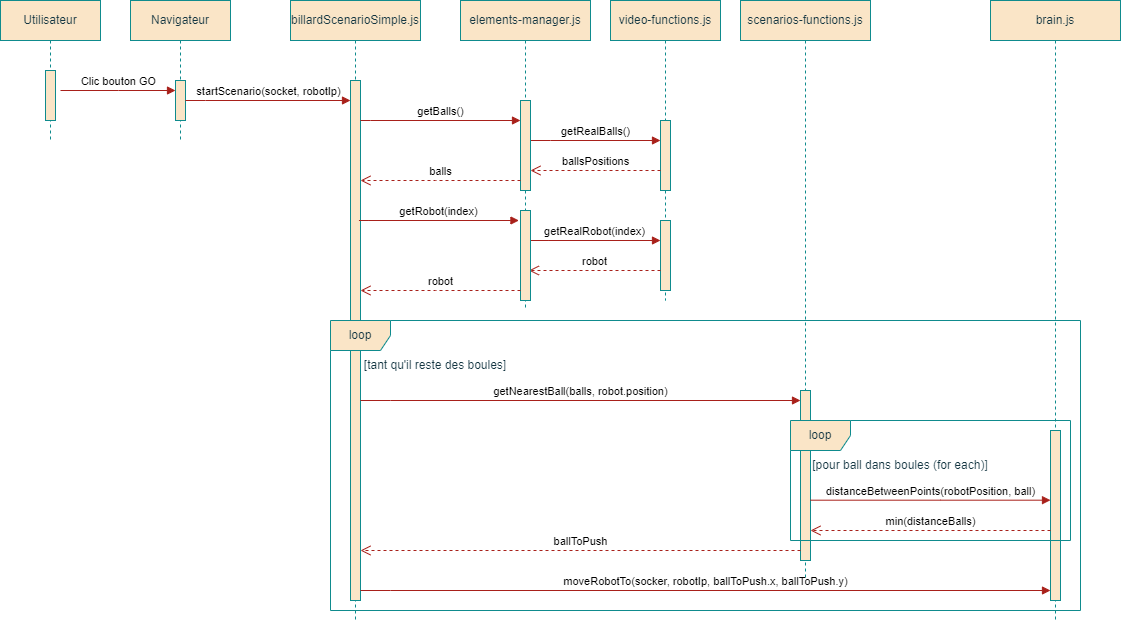
Earlier version of the draw.io export Documents/Iteration4/Sequence/Scenario_Billard_Simple.png (Akip2/RobotBillard). Source tidied: cells renumbered, new cells last; positions are measured from the earlier drawing's top-left corner, leaving out a move shared by most shapes. Its diagram source:
```xml
<mxGraphModel>
  <root>
    <mxCell id="0" />
    <mxCell id="1" parent="0" />
    <mxCell id="2" value="brain.js" style="shape=umlLifeline;perimeter=lifelinePerimeter;whiteSpace=wrap;html=1;newEdgeStyle={&quot;edgeStyle&quot;:&quot;elbowEdgeStyle&quot;,&quot;elbow&quot;:&quot;vertical&quot;,&quot;curved&quot;:0,&quot;rounded&quot;:0};labelBackgroundColor=none;fillColor=#FAE5C7;strokeColor=#0F8B8D;fontColor=#143642;" parent="1" vertex="1">
      <mxGeometry x="990" width="130" height="620" as="geometry" />
    </mxCell>
    <mxCell id="3" value="scenarios-functions.js" style="shape=umlLifeline;perimeter=lifelinePerimeter;whiteSpace=wrap;html=1;newEdgeStyle={&quot;edgeStyle&quot;:&quot;elbowEdgeStyle&quot;,&quot;elbow&quot;:&quot;vertical&quot;,&quot;curved&quot;:0,&quot;rounded&quot;:0};labelBackgroundColor=none;fillColor=#FAE5C7;strokeColor=#0F8B8D;fontColor=#143642;" parent="1" vertex="1">
      <mxGeometry x="740" width="130" height="580" as="geometry" />
    </mxCell>
    <mxCell id="4" value="video-functions.js" style="shape=umlLifeline;perimeter=lifelinePerimeter;whiteSpace=wrap;html=1;newEdgeStyle={&quot;edgeStyle&quot;:&quot;elbowEdgeStyle&quot;,&quot;elbow&quot;:&quot;vertical&quot;,&quot;curved&quot;:0,&quot;rounded&quot;:0};labelBackgroundColor=none;fillColor=#FAE5C7;strokeColor=#0F8B8D;fontColor=#143642;" parent="1" vertex="1">
      <mxGeometry x="610" width="110" height="300" as="geometry" />
    </mxCell>
    <mxCell id="5" style="html=1;points=[];perimeter=orthogonalPerimeter;outlineConnect=0;targetShapes=umlLifeline;portConstraint=eastwest;newEdgeStyle={&quot;edgeStyle&quot;:&quot;elbowEdgeStyle&quot;,&quot;elbow&quot;:&quot;vertical&quot;,&quot;curved&quot;:0,&quot;rounded&quot;:0};labelBackgroundColor=none;fillColor=#FAE5C7;strokeColor=#0F8B8D;fontColor=#143642;" parent="4" vertex="1">
      <mxGeometry x="50" y="120" width="10" height="70" as="geometry" />
    </mxCell>
    <mxCell id="6" value="getRealBalls()" style="html=1;verticalAlign=bottom;endArrow=block;edgeStyle=elbowEdgeStyle;elbow=horizontal;curved=0;rounded=0;labelBackgroundColor=none;strokeColor=#A8201A;fontColor=default;" parent="4" edge="1">
      <mxGeometry relative="1" as="geometry">
        <mxPoint x="-80" y="140" as="sourcePoint" />
        <mxPoint x="50" y="140" as="targetPoint" />
        <Array as="points">
          <mxPoint x="-60" y="140" />
        </Array>
      </mxGeometry>
    </mxCell>
    <mxCell id="7" value="ballsPositions" style="html=1;verticalAlign=bottom;endArrow=open;dashed=1;endSize=8;edgeStyle=elbowEdgeStyle;elbow=vertical;curved=0;rounded=0;labelBackgroundColor=none;strokeColor=#A8201A;fontColor=default;" parent="4" edge="1" source="5">
      <mxGeometry relative="1" as="geometry">
        <mxPoint x="-80" y="170" as="targetPoint" />
        <Array as="points">
          <mxPoint x="-5" y="170" />
        </Array>
      </mxGeometry>
    </mxCell>
    <mxCell id="8" value="Utilisateur" style="shape=umlLifeline;perimeter=lifelinePerimeter;whiteSpace=wrap;html=1;newEdgeStyle={&quot;edgeStyle&quot;:&quot;elbowEdgeStyle&quot;,&quot;elbow&quot;:&quot;vertical&quot;,&quot;curved&quot;:0,&quot;rounded&quot;:0};labelBackgroundColor=none;fillColor=#FAE5C7;strokeColor=#0F8B8D;fontColor=#143642;" parent="1" vertex="1">
      <mxGeometry width="100" height="140" as="geometry" />
    </mxCell>
    <mxCell id="9" style="html=1;perimeter=orthogonalPerimeter;targetShapes=umlLifeline;newEdgeStyle={&quot;edgeStyle&quot;:&quot;elbowEdgeStyle&quot;,&quot;elbow&quot;:&quot;vertical&quot;,&quot;curved&quot;:0,&quot;rounded&quot;:0};labelBackgroundColor=none;fillColor=#FAE5C7;strokeColor=#0F8B8D;fontColor=#143642;" parent="8" vertex="1">
      <mxGeometry x="45" y="70" width="10" height="50" as="geometry" />
    </mxCell>
    <mxCell id="10" value="Navigateur" style="shape=umlLifeline;perimeter=lifelinePerimeter;whiteSpace=wrap;html=1;newEdgeStyle={&quot;edgeStyle&quot;:&quot;elbowEdgeStyle&quot;,&quot;elbow&quot;:&quot;vertical&quot;,&quot;curved&quot;:0,&quot;rounded&quot;:0};labelBackgroundColor=none;fillColor=#FAE5C7;strokeColor=#0F8B8D;fontColor=#143642;" parent="1" vertex="1">
      <mxGeometry x="130" width="100" height="140" as="geometry" />
    </mxCell>
    <mxCell id="11" style="html=1;points=[];perimeter=orthogonalPerimeter;outlineConnect=0;targetShapes=umlLifeline;portConstraint=eastwest;newEdgeStyle={&quot;edgeStyle&quot;:&quot;elbowEdgeStyle&quot;,&quot;elbow&quot;:&quot;vertical&quot;,&quot;curved&quot;:0,&quot;rounded&quot;:0};labelBackgroundColor=none;fillColor=#FAE5C7;strokeColor=#0F8B8D;fontColor=#143642;" parent="10" vertex="1">
      <mxGeometry x="45" y="80" width="10" height="40" as="geometry" />
    </mxCell>
    <mxCell id="12" value="Clic bouton GO" style="html=1;verticalAlign=bottom;endArrow=block;edgeStyle=elbowEdgeStyle;elbow=horizontal;curved=0;rounded=0;labelBackgroundColor=none;strokeColor=#A8201A;fontColor=default;" parent="1" edge="1">
      <mxGeometry relative="1" as="geometry">
        <mxPoint x="60" y="90" as="sourcePoint" />
        <mxPoint x="175" y="90" as="targetPoint" />
      </mxGeometry>
    </mxCell>
    <mxCell id="13" value="billardScenarioSimple.js" style="shape=umlLifeline;perimeter=lifelinePerimeter;whiteSpace=wrap;html=1;newEdgeStyle={&quot;edgeStyle&quot;:&quot;elbowEdgeStyle&quot;,&quot;elbow&quot;:&quot;vertical&quot;,&quot;curved&quot;:0,&quot;rounded&quot;:0};labelBackgroundColor=none;fillColor=#FAE5C7;strokeColor=#0F8B8D;fontColor=#143642;" parent="1" vertex="1">
      <mxGeometry x="290" width="130" height="620" as="geometry" />
    </mxCell>
    <mxCell id="14" style="html=1;points=[];perimeter=orthogonalPerimeter;outlineConnect=0;targetShapes=umlLifeline;portConstraint=eastwest;newEdgeStyle={&quot;edgeStyle&quot;:&quot;elbowEdgeStyle&quot;,&quot;elbow&quot;:&quot;vertical&quot;,&quot;curved&quot;:0,&quot;rounded&quot;:0};labelBackgroundColor=none;fillColor=#FAE5C7;strokeColor=#0F8B8D;fontColor=#143642;" parent="13" vertex="1">
      <mxGeometry x="60" y="80" width="10" height="520" as="geometry" />
    </mxCell>
    <mxCell id="15" value="loop" style="shape=umlFrame;whiteSpace=wrap;html=1;labelBackgroundColor=none;fillColor=#FAE5C7;strokeColor=#0F8B8D;fontColor=#143642;" parent="13" vertex="1">
      <mxGeometry x="40" y="320" width="750" height="290" as="geometry" />
    </mxCell>
    <mxCell id="16" value="[tant qu'il reste des boules]" style="text;html=1;align=center;verticalAlign=middle;whiteSpace=wrap;rounded=0;labelBackgroundColor=none;fontColor=#143642;" parent="13" vertex="1">
      <mxGeometry x="50" y="350" width="190" height="30" as="geometry" />
    </mxCell>
    <mxCell id="17" style="html=1;points=[];perimeter=orthogonalPerimeter;outlineConnect=0;targetShapes=umlLifeline;portConstraint=eastwest;newEdgeStyle={&quot;edgeStyle&quot;:&quot;elbowEdgeStyle&quot;,&quot;elbow&quot;:&quot;vertical&quot;,&quot;curved&quot;:0,&quot;rounded&quot;:0};labelBackgroundColor=none;fillColor=#FAE5C7;strokeColor=#0F8B8D;fontColor=#143642;" parent="13" vertex="1">
      <mxGeometry x="510" y="390" width="10" height="170" as="geometry" />
    </mxCell>
    <mxCell id="18" style="html=1;perimeter=orthogonalPerimeter;targetShapes=umlLifeline;newEdgeStyle={&quot;edgeStyle&quot;:&quot;elbowEdgeStyle&quot;,&quot;elbow&quot;:&quot;vertical&quot;,&quot;curved&quot;:0,&quot;rounded&quot;:0};labelBackgroundColor=none;fillColor=#FAE5C7;strokeColor=#0F8B8D;fontColor=#143642;" parent="13" vertex="1">
      <mxGeometry x="760" y="430" width="10" height="170" as="geometry" />
    </mxCell>
    <mxCell id="19" value="distanceBetweenPoints(robotPosition, ball)" style="html=1;verticalAlign=bottom;endArrow=block;edgeStyle=elbowEdgeStyle;elbow=horizontal;curved=0;rounded=0;labelBackgroundColor=none;strokeColor=#A8201A;fontColor=default;" parent="13" edge="1">
      <mxGeometry relative="1" as="geometry">
        <mxPoint x="520" y="499.7" as="sourcePoint" />
        <mxPoint x="760" y="499.7" as="targetPoint" />
        <Array as="points">
          <mxPoint x="650" y="519.7" />
        </Array>
      </mxGeometry>
    </mxCell>
    <mxCell id="20" value="ballToPush" style="html=1;verticalAlign=bottom;endArrow=open;dashed=1;endSize=8;edgeStyle=elbowEdgeStyle;elbow=vertical;curved=0;rounded=0;labelBackgroundColor=none;strokeColor=#A8201A;fontColor=default;" parent="13" edge="1">
      <mxGeometry relative="1" as="geometry">
        <mxPoint x="510" y="550" as="sourcePoint" />
        <mxPoint x="70" y="550.1" as="targetPoint" />
      </mxGeometry>
    </mxCell>
    <mxCell id="21" value="moveRobotTo(socker, robotIp, ballToPush.x, ballToPush.y)" style="html=1;verticalAlign=bottom;endArrow=block;edgeStyle=elbowEdgeStyle;elbow=horizontal;curved=0;rounded=0;labelBackgroundColor=none;strokeColor=#A8201A;fontColor=default;" parent="13" edge="1">
      <mxGeometry relative="1" as="geometry">
        <mxPoint x="70" y="590" as="sourcePoint" />
        <mxPoint x="760" y="590" as="targetPoint" />
        <Array as="points">
          <mxPoint x="100" y="590" />
        </Array>
      </mxGeometry>
    </mxCell>
    <mxCell id="22" value="min(distanceBalls)" style="html=1;verticalAlign=bottom;endArrow=open;dashed=1;endSize=8;edgeStyle=elbowEdgeStyle;elbow=vertical;curved=0;rounded=0;labelBackgroundColor=none;strokeColor=#A8201A;fontColor=default;" parent="13" edge="1">
      <mxGeometry relative="1" as="geometry">
        <mxPoint x="760" y="530" as="sourcePoint" />
        <mxPoint x="520" y="530" as="targetPoint" />
        <Array as="points">
          <mxPoint x="630" y="530" />
        </Array>
      </mxGeometry>
    </mxCell>
    <mxCell id="23" value="loop" style="shape=umlFrame;whiteSpace=wrap;html=1;labelBackgroundColor=none;fillColor=#FAE5C7;strokeColor=#0F8B8D;fontColor=#143642;" parent="13" vertex="1">
      <mxGeometry x="500" y="420" width="280" height="120" as="geometry" />
    </mxCell>
    <mxCell id="24" value="[pour ball dans boules (for each)]" style="text;html=1;align=center;verticalAlign=middle;whiteSpace=wrap;rounded=0;labelBackgroundColor=none;fontColor=#143642;" parent="13" vertex="1">
      <mxGeometry x="520" y="450" width="180" height="30" as="geometry" />
    </mxCell>
    <mxCell id="25" value="startScenario(socket, robotIp)" style="html=1;verticalAlign=bottom;endArrow=block;edgeStyle=elbowEdgeStyle;elbow=horizontal;curved=0;rounded=0;labelBackgroundColor=none;strokeColor=#A8201A;fontColor=default;" parent="1" edge="1" source="11" target="14">
      <mxGeometry relative="1" as="geometry">
        <Array as="points">
          <mxPoint x="205" y="100" />
        </Array>
      </mxGeometry>
    </mxCell>
    <mxCell id="26" value="getBalls()" style="html=1;verticalAlign=bottom;endArrow=block;edgeStyle=elbowEdgeStyle;elbow=horizontal;curved=0;rounded=0;labelBackgroundColor=none;strokeColor=#A8201A;fontColor=default;" parent="1" edge="1" target="28">
      <mxGeometry relative="1" as="geometry">
        <mxPoint x="360" y="120" as="sourcePoint" />
        <Array as="points">
          <mxPoint x="370" y="120" />
        </Array>
      </mxGeometry>
    </mxCell>
    <mxCell id="27" value="elements-manager.js" style="shape=umlLifeline;perimeter=lifelinePerimeter;whiteSpace=wrap;html=1;newEdgeStyle={&quot;edgeStyle&quot;:&quot;elbowEdgeStyle&quot;,&quot;elbow&quot;:&quot;vertical&quot;,&quot;curved&quot;:0,&quot;rounded&quot;:0};labelBackgroundColor=none;fillColor=#FAE5C7;strokeColor=#0F8B8D;fontColor=#143642;" parent="1" vertex="1">
      <mxGeometry x="460" width="130" height="310" as="geometry" />
    </mxCell>
    <mxCell id="28" style="html=1;points=[];perimeter=orthogonalPerimeter;outlineConnect=0;targetShapes=umlLifeline;portConstraint=eastwest;newEdgeStyle={&quot;edgeStyle&quot;:&quot;elbowEdgeStyle&quot;,&quot;elbow&quot;:&quot;vertical&quot;,&quot;curved&quot;:0,&quot;rounded&quot;:0};labelBackgroundColor=none;fillColor=#FAE5C7;strokeColor=#0F8B8D;fontColor=#143642;" parent="27" vertex="1">
      <mxGeometry x="60" y="100" width="10" height="90" as="geometry" />
    </mxCell>
    <mxCell id="29" style="html=1;points=[];perimeter=orthogonalPerimeter;outlineConnect=0;targetShapes=umlLifeline;portConstraint=eastwest;newEdgeStyle={&quot;edgeStyle&quot;:&quot;elbowEdgeStyle&quot;,&quot;elbow&quot;:&quot;vertical&quot;,&quot;curved&quot;:0,&quot;rounded&quot;:0};labelBackgroundColor=none;fillColor=#FAE5C7;strokeColor=#0F8B8D;fontColor=#143642;" parent="27" vertex="1">
      <mxGeometry x="200" y="220" width="10" height="70" as="geometry" />
    </mxCell>
    <mxCell id="30" value="getRealRobot(index)" style="html=1;verticalAlign=bottom;endArrow=block;edgeStyle=elbowEdgeStyle;elbow=horizontal;curved=0;rounded=0;labelBackgroundColor=none;strokeColor=#A8201A;fontColor=default;" parent="27" edge="1">
      <mxGeometry relative="1" as="geometry">
        <mxPoint x="68.4" y="240" as="sourcePoint" />
        <mxPoint x="200" y="240" as="targetPoint" />
        <Array as="points">
          <mxPoint x="88.4" y="240" />
        </Array>
      </mxGeometry>
    </mxCell>
    <mxCell id="31" value="robot" style="html=1;verticalAlign=bottom;endArrow=open;dashed=1;endSize=8;edgeStyle=elbowEdgeStyle;elbow=vertical;curved=0;rounded=0;labelBackgroundColor=none;strokeColor=#A8201A;fontColor=default;" parent="27" edge="1" source="29">
      <mxGeometry relative="1" as="geometry">
        <mxPoint x="68.4" y="270" as="targetPoint" />
        <Array as="points">
          <mxPoint x="143.4" y="270" />
        </Array>
      </mxGeometry>
    </mxCell>
    <mxCell id="32" value="getRobot(index)" style="html=1;verticalAlign=bottom;endArrow=block;edgeStyle=elbowEdgeStyle;elbow=horizontal;curved=0;rounded=0;labelBackgroundColor=none;strokeColor=#A8201A;fontColor=default;" parent="27" edge="1">
      <mxGeometry relative="1" as="geometry">
        <mxPoint x="-101.6" y="220" as="sourcePoint" />
        <mxPoint x="58.4" y="220" as="targetPoint" />
        <Array as="points">
          <mxPoint x="-91.6" y="220" />
        </Array>
      </mxGeometry>
    </mxCell>
    <mxCell id="33" style="html=1;perimeter=orthogonalPerimeter;targetShapes=umlLifeline;newEdgeStyle={&quot;edgeStyle&quot;:&quot;elbowEdgeStyle&quot;,&quot;elbow&quot;:&quot;vertical&quot;,&quot;curved&quot;:0,&quot;rounded&quot;:0};labelBackgroundColor=none;fillColor=#FAE5C7;strokeColor=#0F8B8D;fontColor=#143642;" parent="27" vertex="1">
      <mxGeometry x="60" y="210" width="10" height="90" as="geometry" />
    </mxCell>
    <mxCell id="34" value="robot" style="html=1;verticalAlign=bottom;endArrow=open;dashed=1;endSize=8;edgeStyle=elbowEdgeStyle;elbow=vertical;curved=0;rounded=0;labelBackgroundColor=none;strokeColor=#A8201A;fontColor=default;" parent="27" edge="1">
      <mxGeometry relative="1" as="geometry">
        <mxPoint x="60" y="290" as="sourcePoint" />
        <mxPoint x="-100" y="290" as="targetPoint" />
        <Array as="points">
          <mxPoint x="-25" y="290" />
        </Array>
      </mxGeometry>
    </mxCell>
    <mxCell id="35" value="balls" style="html=1;verticalAlign=bottom;endArrow=open;dashed=1;endSize=8;edgeStyle=elbowEdgeStyle;elbow=vertical;curved=0;rounded=0;labelBackgroundColor=none;strokeColor=#A8201A;fontColor=default;" parent="1" edge="1">
      <mxGeometry relative="1" as="geometry">
        <mxPoint x="520" y="180" as="sourcePoint" />
        <mxPoint x="360" y="180" as="targetPoint" />
        <Array as="points">
          <mxPoint x="435" y="180" />
        </Array>
      </mxGeometry>
    </mxCell>
    <mxCell id="36" value="getNearestBall(balls, robot.position)" style="html=1;verticalAlign=bottom;endArrow=block;edgeStyle=elbowEdgeStyle;elbow=horizontal;curved=0;rounded=0;labelBackgroundColor=none;strokeColor=#A8201A;fontColor=default;" parent="1" edge="1" target="17">
      <mxGeometry relative="1" as="geometry">
        <mxPoint x="360" y="400" as="sourcePoint" />
        <Array as="points">
          <mxPoint x="390" y="400" />
        </Array>
      </mxGeometry>
    </mxCell>
  </root>
</mxGraphModel>
```
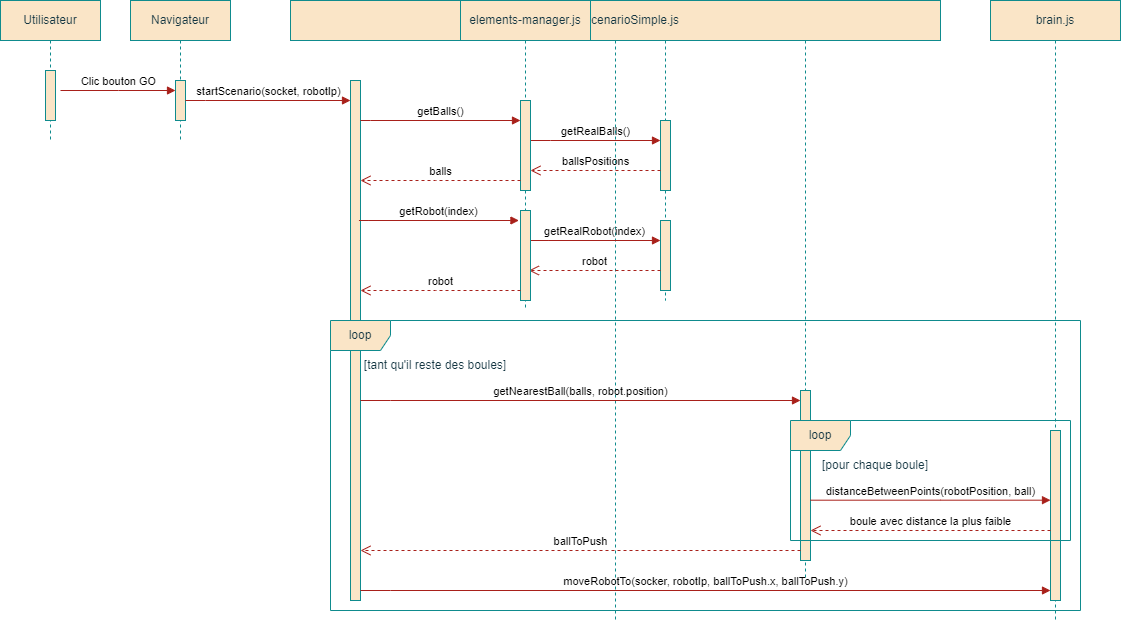
The same file after the commit.

Commit message:
Modif sequence

Change to the diagram source:
```diff
@@ -50,7 +50,7 @@
       </mxGeometry>
     </mxCell>
     <mxCell id="13" value="billardScenarioSimple.js" style="shape=umlLifeline;perimeter=lifelinePerimeter;whiteSpace=wrap;html=1;newEdgeStyle={&quot;edgeStyle&quot;:&quot;elbowEdgeStyle&quot;,&quot;elbow&quot;:&quot;vertical&quot;,&quot;curved&quot;:0,&quot;rounded&quot;:0};labelBackgroundColor=none;fillColor=#FAE5C7;strokeColor=#0F8B8D;fontColor=#143642;" parent="1" vertex="1">
-      <mxGeometry x="290" width="130" height="620" as="geometry" />
+      <mxGeometry x="290" width="650" height="620" as="geometry" />
     </mxCell>
     <mxCell id="14" style="html=1;points=[];perimeter=orthogonalPerimeter;outlineConnect=0;targetShapes=umlLifeline;portConstraint=eastwest;newEdgeStyle={&quot;edgeStyle&quot;:&quot;elbowEdgeStyle&quot;,&quot;elbow&quot;:&quot;vertical&quot;,&quot;curved&quot;:0,&quot;rounded&quot;:0};labelBackgroundColor=none;fillColor=#FAE5C7;strokeColor=#0F8B8D;fontColor=#143642;" parent="13" vertex="1">
       <mxGeometry x="60" y="80" width="10" height="520" as="geometry" />
@@ -91,7 +91,7 @@
         </Array>
       </mxGeometry>
     </mxCell>
-    <mxCell id="22" value="min(distanceBalls)" style="html=1;verticalAlign=bottom;endArrow=open;dashed=1;endSize=8;edgeStyle=elbowEdgeStyle;elbow=vertical;curved=0;rounded=0;labelBackgroundColor=none;strokeColor=#A8201A;fontColor=default;" parent="13" edge="1">
+    <mxCell id="22" value="boule avec distance la plus faible" style="html=1;verticalAlign=bottom;endArrow=open;dashed=1;endSize=8;edgeStyle=elbowEdgeStyle;elbow=vertical;curved=0;rounded=0;labelBackgroundColor=none;strokeColor=#A8201A;fontColor=default;" parent="13" edge="1">
       <mxGeometry relative="1" as="geometry">
         <mxPoint x="760" y="530" as="sourcePoint" />
         <mxPoint x="520" y="530" as="targetPoint" />
@@ -103,8 +103,8 @@
     <mxCell id="23" value="loop" style="shape=umlFrame;whiteSpace=wrap;html=1;labelBackgroundColor=none;fillColor=#FAE5C7;strokeColor=#0F8B8D;fontColor=#143642;" parent="13" vertex="1">
       <mxGeometry x="500" y="420" width="280" height="120" as="geometry" />
     </mxCell>
-    <mxCell id="24" value="[pour ball dans boules (for each)]" style="text;html=1;align=center;verticalAlign=middle;whiteSpace=wrap;rounded=0;labelBackgroundColor=none;fontColor=#143642;" parent="13" vertex="1">
-      <mxGeometry x="520" y="450" width="180" height="30" as="geometry" />
+    <mxCell id="24" value="[pour chaque boule]" style="text;html=1;align=center;verticalAlign=middle;whiteSpace=wrap;rounded=0;labelBackgroundColor=none;fontColor=#143642;" parent="13" vertex="1">
+      <mxGeometry x="520" y="450" width="130" height="30" as="geometry" />
     </mxCell>
     <mxCell id="25" value="startScenario(socket, robotIp)" style="html=1;verticalAlign=bottom;endArrow=block;edgeStyle=elbowEdgeStyle;elbow=horizontal;curved=0;rounded=0;labelBackgroundColor=none;strokeColor=#A8201A;fontColor=default;" parent="1" edge="1" source="11" target="14">
       <mxGeometry relative="1" as="geometry">
```
